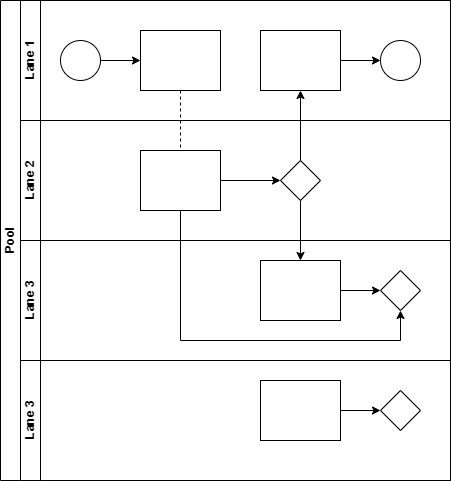
Earlier version of the draw.io export 未命名绘图.drawio.png (leocn3/leocn3.github.io). Source tidied: cells renumbered, new cells last; positions are measured from the earlier drawing's top-left corner, leaving out a move shared by most shapes.
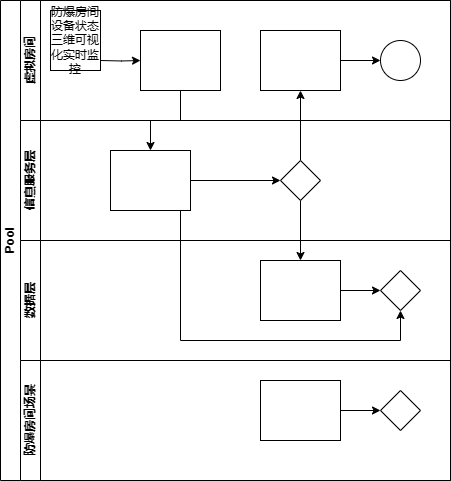
After the change.

Commit message:
更新未命名绘图.drawio.png

Diff of the diagram source:
```diff
@@ -22,15 +22,14 @@
         </Array>
       </mxGeometry>
     </mxCell>
-    <mxCell id="7" value="Lane 1" style="swimlane;html=1;startSize=20;horizontal=0;" parent="2" vertex="1">
+    <mxCell id="7" value="虚拟房间" style="swimlane;html=1;startSize=20;horizontal=0;" parent="2" vertex="1">
       <mxGeometry x="20" width="430" height="120" as="geometry" />
     </mxCell>
-    <mxCell id="8" style="edgeStyle=orthogonalEdgeStyle;rounded=0;jettySize=auto;html=1;" parent="7" edge="1" source="9" target="10">
-      <mxGeometry relative="1" as="geometry" />
+    <mxCell id="8" style="edgeStyle=orthogonalEdgeStyle;rounded=0;jettySize=auto;html=1;" parent="7" edge="1" target="10">
+      <mxGeometry relative="1" as="geometry">
+        <mxPoint x="80" y="60" as="sourcePoint" />
+      </mxGeometry>
     </mxCell>
-    <mxCell id="9" style="ellipse;whiteSpace=wrap;html=1;" parent="7" vertex="1">
-      <mxGeometry x="40" y="40" width="40" height="40" as="geometry" />
-    </mxCell>
     <mxCell id="10" style="rounded=0;whiteSpace=wrap;html=1;fontFamily=Helvetica;fontSize=12;fontColor=#000000;align=center;" parent="7" vertex="1">
       <mxGeometry x="120" y="30" width="80" height="60" as="geometry" />
     </mxCell>
@@ -43,19 +42,22 @@
     <mxCell id="13" style="ellipse;whiteSpace=wrap;html=1;" parent="7" vertex="1">
       <mxGeometry x="360" y="40" width="40" height="40" as="geometry" />
     </mxCell>
+    <mxCell id="26" value="&lt;font style=&quot;font-size: 10px;&quot;&gt;防爆房间设备状态三维可视化实时监控&lt;/font&gt;" style="rounded=0;whiteSpace=wrap;html=1;" parent="7" vertex="1">
+      <mxGeometry x="30" y="10" width="50" height="60" as="geometry" />
+    </mxCell>
-    <mxCell id="14" value="Lane 2" style="swimlane;html=1;startSize=20;horizontal=0;" parent="2" vertex="1">
+    <mxCell id="14" value="信息服务层" style="swimlane;html=1;startSize=20;horizontal=0;" parent="2" vertex="1">
       <mxGeometry x="20" y="120" width="430" height="120" as="geometry" />
     </mxCell>
     <mxCell id="15" style="edgeStyle=orthogonalEdgeStyle;rounded=0;jettySize=auto;html=1;endArrow=classic;endFill=1;" parent="14" edge="1" source="16" target="17">
       <mxGeometry relative="1" as="geometry" />
     </mxCell>
     <mxCell id="16" style="rounded=0;whiteSpace=wrap;html=1;fontFamily=Helvetica;fontSize=12;fontColor=#000000;align=center;" parent="14" vertex="1">
-      <mxGeometry x="120" y="30" width="80" height="60" as="geometry" />
+      <mxGeometry x="90" y="30" width="80" height="60" as="geometry" />
     </mxCell>
     <mxCell id="17" style="rhombus;whiteSpace=wrap;html=1;fontFamily=Helvetica;fontSize=12;fontColor=#000000;align=center;" parent="14" vertex="1">
       <mxGeometry x="260" y="40" width="40" height="40" as="geometry" />
     </mxCell>
-    <mxCell id="18" value="Lane 3" style="swimlane;html=1;startSize=20;horizontal=0;" parent="2" vertex="1">
+    <mxCell id="18" value="数据层" style="swimlane;html=1;startSize=20;horizontal=0;" parent="2" vertex="1">
       <mxGeometry x="20" y="240" width="430" height="120" as="geometry" />
     </mxCell>
     <mxCell id="19" style="edgeStyle=orthogonalEdgeStyle;rounded=0;jettySize=auto;html=1;endArrow=classic;endFill=1;" parent="18" edge="1" source="20" target="21">
@@ -67,7 +69,7 @@
     <mxCell id="21" style="rhombus;whiteSpace=wrap;html=1;fontFamily=Helvetica;fontSize=12;fontColor=#000000;align=center;" parent="18" vertex="1">
       <mxGeometry x="360" y="30" width="40" height="40" as="geometry" />
     </mxCell>
-    <mxCell id="22" value="Lane 3" style="swimlane;html=1;startSize=20;horizontal=0;" parent="2" vertex="1">
+    <mxCell id="22" value="防爆房间场景" style="swimlane;html=1;startSize=20;horizontal=0;" parent="2" vertex="1">
       <mxGeometry x="20" y="360" width="430" height="120" as="geometry" />
     </mxCell>
     <mxCell id="23" style="edgeStyle=orthogonalEdgeStyle;rounded=0;jettySize=auto;html=1;endArrow=classic;endFill=1;" parent="22" edge="1" source="24" target="25">
@@ -79,5 +81,8 @@
     <mxCell id="25" style="rhombus;whiteSpace=wrap;html=1;fontFamily=Helvetica;fontSize=12;fontColor=#000000;align=center;" parent="22" vertex="1">
       <mxGeometry x="360" y="30" width="40" height="40" as="geometry" />
     </mxCell>
+    <mxCell id="27" style="edgeStyle=orthogonalEdgeStyle;rounded=0;jettySize=auto;html=1;" parent="2" edge="1" source="10" target="16">
+      <mxGeometry relative="1" as="geometry" />
+    </mxCell>
   </root>
 </mxGraphModel>
```
